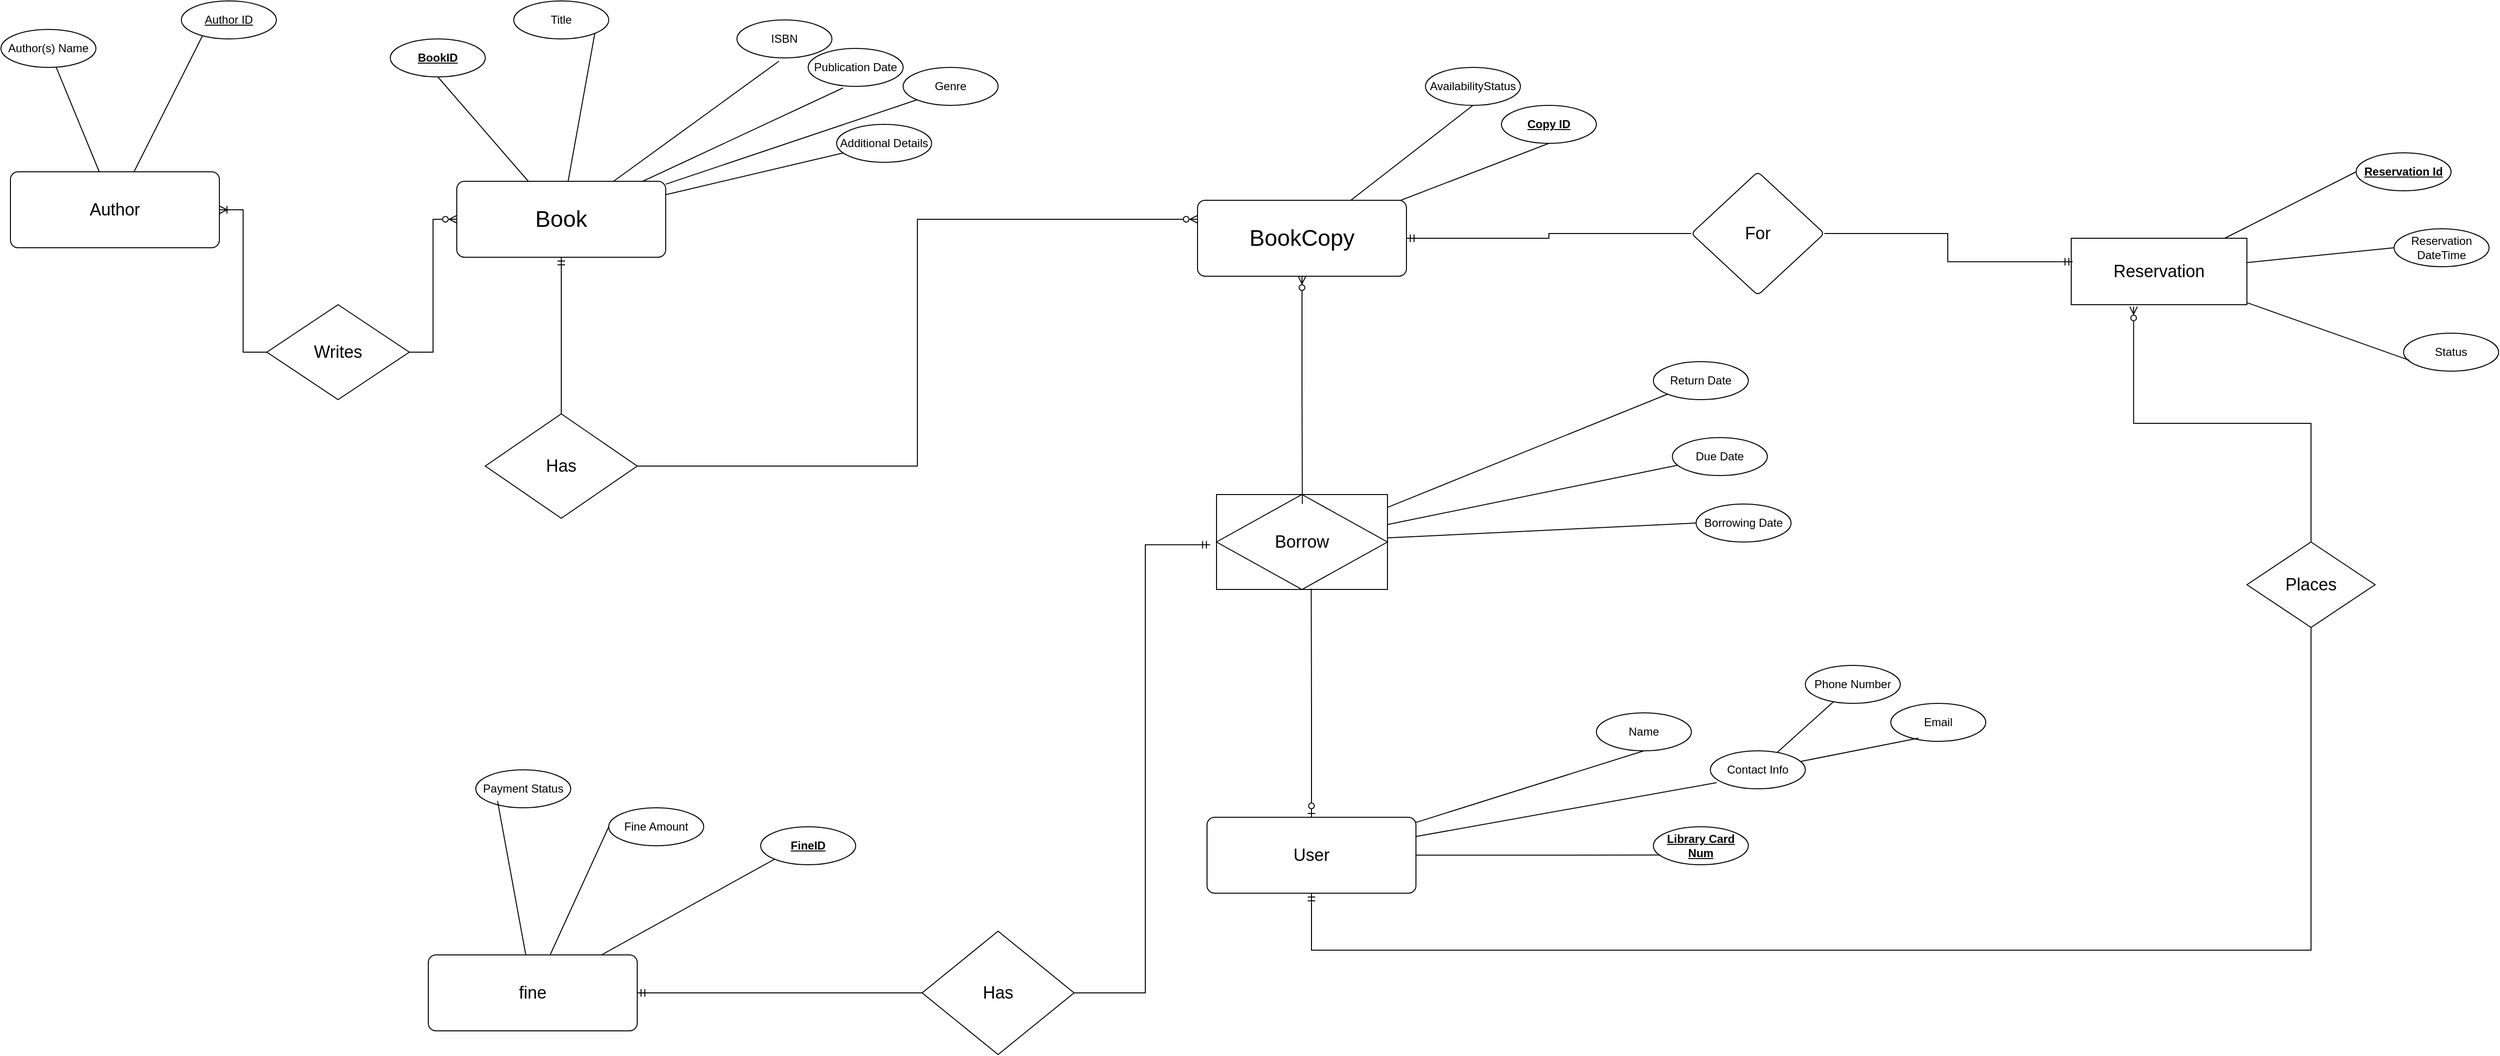
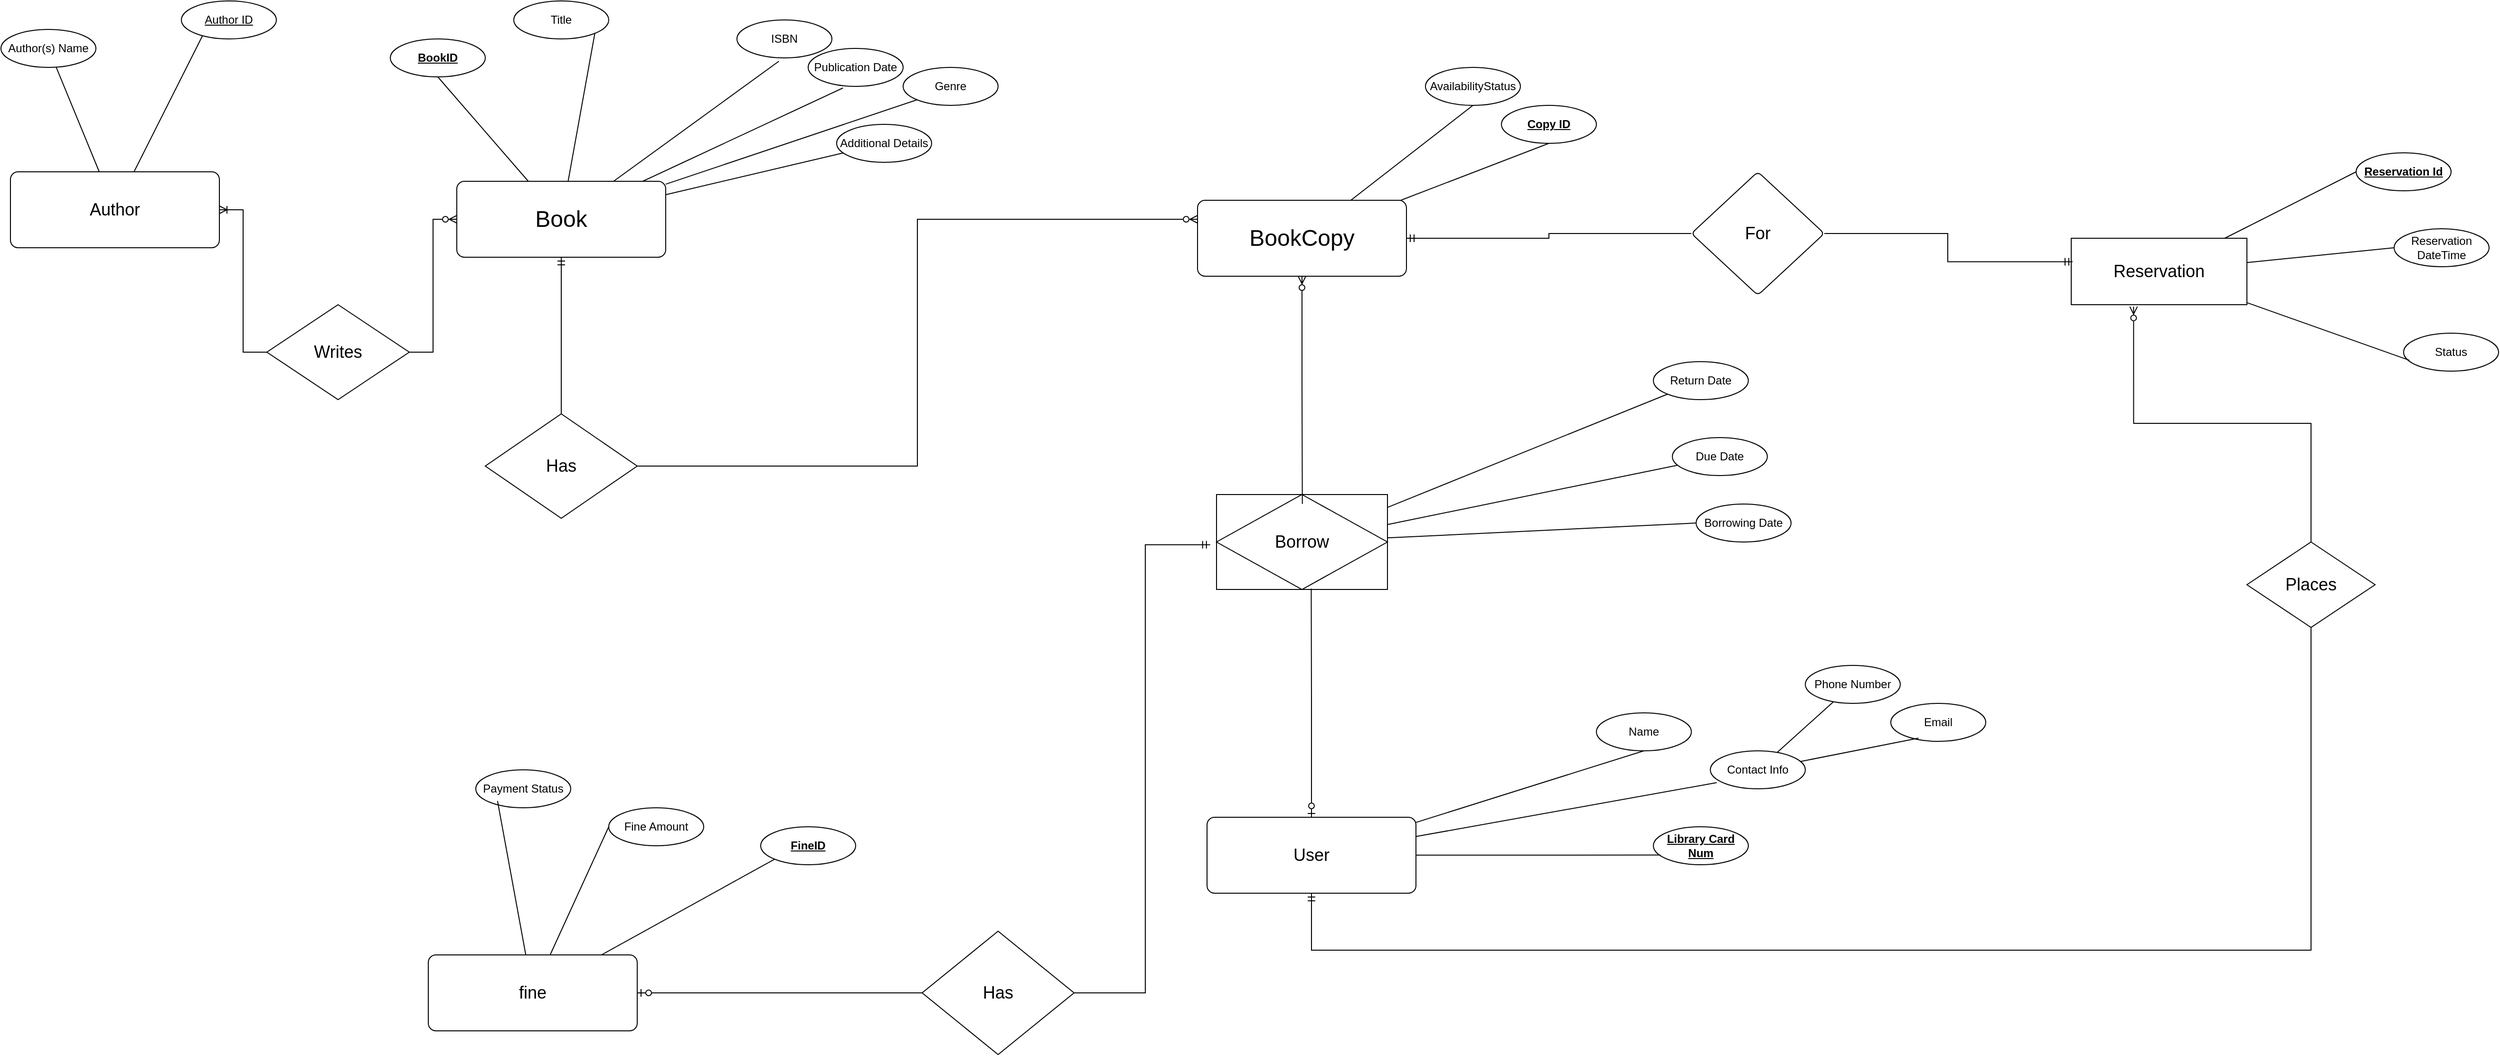
<mxfile host="app.diagrams.net">
  <diagram name="Page-1" id="B9Nwf9ZPLkXmfYra15Gt">
    <mxGraphModel dx="2298" dy="1789" grid="1" gridSize="10" guides="1" tooltips="1" connect="1" arrows="1" fold="1" page="1" pageScale="1" pageWidth="850" pageHeight="1100" math="0" shadow="0">
      <root>
        <mxCell id="0" />
        <mxCell id="1" parent="0" />
        <mxCell id="yqGJgnaFVJ7uCynHO3OM-8" edge="1" parent="1" source="yqGJgnaFVJ7uCynHO3OM-1" style="rounded=0;orthogonalLoop=1;jettySize=auto;html=1;entryX=0.5;entryY=1;entryDx=0;entryDy=0;endArrow=none;endFill=0;" target="yqGJgnaFVJ7uCynHO3OM-7">
          <mxGeometry relative="1" as="geometry" />
        </mxCell>
        <mxCell id="yqGJgnaFVJ7uCynHO3OM-9" edge="1" parent="1" source="yqGJgnaFVJ7uCynHO3OM-1" style="rounded=0;orthogonalLoop=1;jettySize=auto;html=1;entryX=1;entryY=1;entryDx=0;entryDy=0;endArrow=none;endFill=0;" target="yqGJgnaFVJ7uCynHO3OM-6">
          <mxGeometry relative="1" as="geometry" />
        </mxCell>
        <mxCell id="yqGJgnaFVJ7uCynHO3OM-14" edge="1" parent="1" source="yqGJgnaFVJ7uCynHO3OM-1" style="rounded=0;orthogonalLoop=1;jettySize=auto;html=1;entryX=0;entryY=1;entryDx=0;entryDy=0;endArrow=none;endFill=0;" target="yqGJgnaFVJ7uCynHO3OM-5">
          <mxGeometry relative="1" as="geometry" />
        </mxCell>
        <mxCell id="yqGJgnaFVJ7uCynHO3OM-16" edge="1" parent="1" source="yqGJgnaFVJ7uCynHO3OM-1" style="rounded=0;orthogonalLoop=1;jettySize=auto;html=1;endArrow=none;endFill=0;" target="yqGJgnaFVJ7uCynHO3OM-15">
          <mxGeometry relative="1" as="geometry" />
        </mxCell>
        <mxCell id="yqGJgnaFVJ7uCynHO3OM-65" edge="1" parent="1" source="yqGJgnaFVJ7uCynHO3OM-1" style="edgeStyle=orthogonalEdgeStyle;rounded=0;orthogonalLoop=1;jettySize=auto;html=1;startArrow=ERmandOne;startFill=0;endArrow=none;endFill=0;" target="yqGJgnaFVJ7uCynHO3OM-64">
          <mxGeometry relative="1" as="geometry" />
        </mxCell>
        <mxCell id="yqGJgnaFVJ7uCynHO3OM-1" parent="1" style="rounded=1;arcSize=10;whiteSpace=wrap;html=1;align=center;" value="&lt;font style=&quot;font-size: 24px;&quot;&gt;Book&lt;/font&gt;" vertex="1">
          <mxGeometry height="80" width="220" x="-30" y="110" as="geometry" />
        </mxCell>
        <mxCell id="yqGJgnaFVJ7uCynHO3OM-2" parent="1" style="ellipse;whiteSpace=wrap;html=1;align=center;" value="Author(s) Name" vertex="1">
          <mxGeometry height="40" width="100" x="-510" y="-50" as="geometry" />
        </mxCell>
        <mxCell id="yqGJgnaFVJ7uCynHO3OM-3" parent="1" style="ellipse;whiteSpace=wrap;html=1;align=center;" value="ISBN" vertex="1">
          <mxGeometry height="40" width="100" x="265" y="-60" as="geometry" />
        </mxCell>
        <mxCell id="yqGJgnaFVJ7uCynHO3OM-4" parent="1" style="ellipse;whiteSpace=wrap;html=1;align=center;" value="Publication Date" vertex="1">
          <mxGeometry height="40" width="100" x="340" y="-30" as="geometry" />
        </mxCell>
        <mxCell id="yqGJgnaFVJ7uCynHO3OM-5" parent="1" style="ellipse;whiteSpace=wrap;html=1;align=center;" value="Genre" vertex="1">
          <mxGeometry height="40" width="100" x="440" y="-10" as="geometry" />
        </mxCell>
        <mxCell id="yqGJgnaFVJ7uCynHO3OM-6" parent="1" style="ellipse;whiteSpace=wrap;html=1;align=center;" value="Title" vertex="1">
          <mxGeometry height="40" width="100" x="30" y="-80" as="geometry" />
        </mxCell>
        <mxCell id="yqGJgnaFVJ7uCynHO3OM-7" parent="1" style="ellipse;whiteSpace=wrap;html=1;align=center;" value="&lt;b&gt;&lt;u&gt;BookID&lt;/u&gt;&lt;/b&gt;" vertex="1">
          <mxGeometry height="40" width="100" x="-100" y="-40" as="geometry" />
        </mxCell>
        <mxCell id="yqGJgnaFVJ7uCynHO3OM-12" edge="1" parent="1" source="yqGJgnaFVJ7uCynHO3OM-1" style="rounded=0;orthogonalLoop=1;jettySize=auto;html=1;entryX=0.442;entryY=1.088;entryDx=0;entryDy=0;entryPerimeter=0;endArrow=none;endFill=0;" target="yqGJgnaFVJ7uCynHO3OM-3">
          <mxGeometry relative="1" as="geometry" />
        </mxCell>
        <mxCell id="yqGJgnaFVJ7uCynHO3OM-13" edge="1" parent="1" source="yqGJgnaFVJ7uCynHO3OM-1" style="rounded=0;orthogonalLoop=1;jettySize=auto;html=1;entryX=0.367;entryY=1.041;entryDx=0;entryDy=0;entryPerimeter=0;endArrow=none;endFill=0;" target="yqGJgnaFVJ7uCynHO3OM-4">
          <mxGeometry relative="1" as="geometry" />
        </mxCell>
        <mxCell id="yqGJgnaFVJ7uCynHO3OM-15" parent="1" style="ellipse;whiteSpace=wrap;html=1;align=center;" value="&lt;div&gt;Additional Details&lt;/div&gt;" vertex="1">
          <mxGeometry height="40" width="100" x="370" y="50" as="geometry" />
        </mxCell>
        <mxCell id="yqGJgnaFVJ7uCynHO3OM-19" edge="1" parent="1" source="yqGJgnaFVJ7uCynHO3OM-17" style="rounded=0;orthogonalLoop=1;jettySize=auto;html=1;entryX=0.5;entryY=1;entryDx=0;entryDy=0;endArrow=none;endFill=0;" target="yqGJgnaFVJ7uCynHO3OM-18">
          <mxGeometry relative="1" as="geometry" />
        </mxCell>
        <mxCell id="yqGJgnaFVJ7uCynHO3OM-21" edge="1" parent="1" source="yqGJgnaFVJ7uCynHO3OM-17" style="rounded=0;orthogonalLoop=1;jettySize=auto;html=1;entryX=0.5;entryY=1;entryDx=0;entryDy=0;endArrow=none;endFill=0;" target="yqGJgnaFVJ7uCynHO3OM-20">
          <mxGeometry relative="1" as="geometry" />
        </mxCell>
        <mxCell id="yqGJgnaFVJ7uCynHO3OM-77" edge="1" parent="1" source="yqGJgnaFVJ7uCynHO3OM-17" style="edgeStyle=orthogonalEdgeStyle;rounded=0;orthogonalLoop=1;jettySize=auto;html=1;endArrow=none;endFill=0;startArrow=ERmandOne;startFill=0;" target="yqGJgnaFVJ7uCynHO3OM-76" value="">
          <mxGeometry relative="1" as="geometry" />
        </mxCell>
        <mxCell id="yqGJgnaFVJ7uCynHO3OM-17" parent="1" style="rounded=1;arcSize=10;whiteSpace=wrap;html=1;align=center;" value="&lt;font style=&quot;font-size: 24px;&quot;&gt;BookCopy&lt;/font&gt;" vertex="1">
          <mxGeometry height="80" width="220" x="750" y="130" as="geometry" />
        </mxCell>
        <mxCell id="yqGJgnaFVJ7uCynHO3OM-18" parent="1" style="ellipse;whiteSpace=wrap;html=1;align=center;" value="&lt;u&gt;&lt;b&gt;Copy ID&lt;/b&gt;&lt;/u&gt;" vertex="1">
          <mxGeometry height="40" width="100" x="1070" y="30" as="geometry" />
        </mxCell>
        <mxCell id="yqGJgnaFVJ7uCynHO3OM-20" parent="1" style="ellipse;whiteSpace=wrap;html=1;align=center;" value="&lt;div&gt;AvailabilityStatus &lt;/div&gt;" vertex="1">
          <mxGeometry height="40" width="100" x="990" y="-10" as="geometry" />
        </mxCell>
        <mxCell id="yqGJgnaFVJ7uCynHO3OM-24" edge="1" parent="1" source="yqGJgnaFVJ7uCynHO3OM-22" style="rounded=0;orthogonalLoop=1;jettySize=auto;html=1;entryX=0.5;entryY=1;entryDx=0;entryDy=0;endArrow=none;endFill=0;" target="yqGJgnaFVJ7uCynHO3OM-23">
          <mxGeometry relative="1" as="geometry" />
        </mxCell>
        <mxCell id="yqGJgnaFVJ7uCynHO3OM-62" edge="1" parent="1" source="yqGJgnaFVJ7uCynHO3OM-33" style="edgeStyle=orthogonalEdgeStyle;rounded=0;orthogonalLoop=1;jettySize=auto;html=1;entryX=1;entryY=0.5;entryDx=0;entryDy=0;endArrow=none;endFill=0;startArrow=ERmandOne;startFill=0;exitX=-0.037;exitY=0.529;exitDx=0;exitDy=0;exitPerimeter=0;" target="yqGJgnaFVJ7uCynHO3OM-61">
          <mxGeometry relative="1" as="geometry" />
        </mxCell>
        <mxCell id="yqGJgnaFVJ7uCynHO3OM-90" edge="1" parent="1" source="yqGJgnaFVJ7uCynHO3OM-22" style="edgeStyle=orthogonalEdgeStyle;rounded=0;orthogonalLoop=1;jettySize=auto;html=1;entryX=0.5;entryY=1;entryDx=0;entryDy=0;endArrow=none;endFill=0;startArrow=ERmandOne;startFill=0;" target="yqGJgnaFVJ7uCynHO3OM-89">
          <mxGeometry relative="1" as="geometry">
            <Array as="points">
              <mxPoint x="870" y="920" />
              <mxPoint x="1922.55" y="920" />
            </Array>
          </mxGeometry>
        </mxCell>
        <mxCell id="yqGJgnaFVJ7uCynHO3OM-22" parent="1" style="rounded=1;arcSize=10;whiteSpace=wrap;html=1;align=center;" value="&lt;font style=&quot;font-size: 18px;&quot;&gt;User&lt;/font&gt;" vertex="1">
          <mxGeometry height="80" width="220" x="760" y="780" as="geometry" />
        </mxCell>
        <mxCell id="yqGJgnaFVJ7uCynHO3OM-23" parent="1" style="ellipse;whiteSpace=wrap;html=1;align=center;" value="Name" vertex="1">
          <mxGeometry height="40" width="100" x="1170" y="670" as="geometry" />
        </mxCell>
        <mxCell id="yqGJgnaFVJ7uCynHO3OM-44" edge="1" parent="1" source="yqGJgnaFVJ7uCynHO3OM-26" style="rounded=0;orthogonalLoop=1;jettySize=auto;html=1;endArrow=none;endFill=0;" target="yqGJgnaFVJ7uCynHO3OM-43" value="">
          <mxGeometry relative="1" as="geometry" />
        </mxCell>
        <mxCell id="yqGJgnaFVJ7uCynHO3OM-26" parent="1" style="ellipse;whiteSpace=wrap;html=1;align=center;" value="Contact Info" vertex="1">
          <mxGeometry height="40" width="100" x="1290" y="710" as="geometry" />
        </mxCell>
        <mxCell id="yqGJgnaFVJ7uCynHO3OM-29" edge="1" parent="1" source="yqGJgnaFVJ7uCynHO3OM-22" style="rounded=0;orthogonalLoop=1;jettySize=auto;html=1;entryX=0.067;entryY=0.838;entryDx=0;entryDy=0;entryPerimeter=0;endArrow=none;endFill=0;" target="yqGJgnaFVJ7uCynHO3OM-26">
          <mxGeometry relative="1" as="geometry" />
        </mxCell>
        <mxCell id="yqGJgnaFVJ7uCynHO3OM-30" parent="1" style="ellipse;whiteSpace=wrap;html=1;align=center;" value="&lt;u&gt;&lt;b&gt;Library Card Num&lt;/b&gt;&lt;/u&gt;" vertex="1">
          <mxGeometry height="40" width="100" x="1230" y="790" as="geometry" />
        </mxCell>
        <mxCell id="yqGJgnaFVJ7uCynHO3OM-31" edge="1" parent="1" source="yqGJgnaFVJ7uCynHO3OM-22" style="rounded=0;orthogonalLoop=1;jettySize=auto;html=1;entryX=0.073;entryY=0.744;entryDx=0;entryDy=0;entryPerimeter=0;endArrow=none;endFill=0;" target="yqGJgnaFVJ7uCynHO3OM-30">
          <mxGeometry relative="1" as="geometry" />
        </mxCell>
        <mxCell id="yqGJgnaFVJ7uCynHO3OM-48" edge="1" parent="1" source="yqGJgnaFVJ7uCynHO3OM-33" style="rounded=0;orthogonalLoop=1;jettySize=auto;html=1;endArrow=none;endFill=0;" target="yqGJgnaFVJ7uCynHO3OM-40">
          <mxGeometry relative="1" as="geometry" />
        </mxCell>
        <mxCell id="yqGJgnaFVJ7uCynHO3OM-49" edge="1" parent="1" source="yqGJgnaFVJ7uCynHO3OM-33" style="rounded=0;orthogonalLoop=1;jettySize=auto;html=1;endArrow=none;endFill=0;" target="yqGJgnaFVJ7uCynHO3OM-36">
          <mxGeometry relative="1" as="geometry" />
        </mxCell>
        <mxCell id="yqGJgnaFVJ7uCynHO3OM-33" parent="1" style="shape=associativeEntity;whiteSpace=wrap;html=1;align=center;" value="&lt;font style=&quot;font-size: 18px;&quot;&gt;Borrow&lt;/font&gt;" vertex="1">
          <mxGeometry height="100" width="180" x="770" y="440" as="geometry" />
        </mxCell>
        <mxCell id="yqGJgnaFVJ7uCynHO3OM-36" parent="1" style="ellipse;whiteSpace=wrap;html=1;align=center;" value="Return Date" vertex="1">
          <mxGeometry height="40" width="100" x="1230" y="300" as="geometry" />
        </mxCell>
        <mxCell id="yqGJgnaFVJ7uCynHO3OM-39" parent="1" style="ellipse;whiteSpace=wrap;html=1;align=center;" value="Borrowing Date" vertex="1">
          <mxGeometry height="40" width="100" x="1275" y="450" as="geometry" />
        </mxCell>
        <mxCell id="yqGJgnaFVJ7uCynHO3OM-40" parent="1" style="ellipse;whiteSpace=wrap;html=1;align=center;" value="Due Date" vertex="1">
          <mxGeometry height="40" width="100" x="1250" y="380" as="geometry" />
        </mxCell>
        <mxCell id="yqGJgnaFVJ7uCynHO3OM-43" parent="1" style="ellipse;whiteSpace=wrap;html=1;align=center;" value="Phone Number" vertex="1">
          <mxGeometry height="40" width="100" x="1390" y="620" as="geometry" />
        </mxCell>
        <mxCell id="yqGJgnaFVJ7uCynHO3OM-45" parent="1" style="ellipse;whiteSpace=wrap;html=1;align=center;" value="Email" vertex="1">
          <mxGeometry height="40" width="100" x="1480" y="660" as="geometry" />
        </mxCell>
        <mxCell id="yqGJgnaFVJ7uCynHO3OM-46" edge="1" parent="1" source="yqGJgnaFVJ7uCynHO3OM-26" style="rounded=0;orthogonalLoop=1;jettySize=auto;html=1;entryX=0.292;entryY=0.916;entryDx=0;entryDy=0;entryPerimeter=0;endArrow=none;endFill=0;" target="yqGJgnaFVJ7uCynHO3OM-45">
          <mxGeometry relative="1" as="geometry" />
        </mxCell>
        <mxCell id="yqGJgnaFVJ7uCynHO3OM-47" edge="1" parent="1" source="yqGJgnaFVJ7uCynHO3OM-33" style="rounded=0;orthogonalLoop=1;jettySize=auto;html=1;entryX=0;entryY=0.5;entryDx=0;entryDy=0;endArrow=none;endFill=0;" target="yqGJgnaFVJ7uCynHO3OM-39">
          <mxGeometry relative="1" as="geometry" />
        </mxCell>
        <mxCell id="yqGJgnaFVJ7uCynHO3OM-54" edge="1" parent="1" source="yqGJgnaFVJ7uCynHO3OM-50" style="rounded=0;orthogonalLoop=1;jettySize=auto;html=1;entryX=0;entryY=0.5;entryDx=0;entryDy=0;endArrow=none;endFill=0;" target="yqGJgnaFVJ7uCynHO3OM-53">
          <mxGeometry relative="1" as="geometry" />
        </mxCell>
        <mxCell id="yqGJgnaFVJ7uCynHO3OM-87" edge="1" parent="1" source="yqGJgnaFVJ7uCynHO3OM-50" style="rounded=0;orthogonalLoop=1;jettySize=auto;html=1;entryX=0;entryY=1;entryDx=0;entryDy=0;endArrow=none;endFill=0;" target="yqGJgnaFVJ7uCynHO3OM-86">
          <mxGeometry relative="1" as="geometry" />
        </mxCell>
        <mxCell id="yqGJgnaFVJ7uCynHO3OM-50" parent="1" style="rounded=1;arcSize=10;whiteSpace=wrap;html=1;align=center;" value="&lt;font style=&quot;font-size: 18px;&quot;&gt;fine&lt;/font&gt;" vertex="1">
          <mxGeometry height="80" width="220" x="-60" y="925" as="geometry" />
        </mxCell>
        <mxCell id="yqGJgnaFVJ7uCynHO3OM-51" parent="1" style="ellipse;whiteSpace=wrap;html=1;align=center;" value="Payment Status" vertex="1">
          <mxGeometry height="40" width="100" x="-10" y="730" as="geometry" />
        </mxCell>
        <mxCell id="yqGJgnaFVJ7uCynHO3OM-52" edge="1" parent="1" source="yqGJgnaFVJ7uCynHO3OM-50" style="rounded=0;orthogonalLoop=1;jettySize=auto;html=1;entryX=0.229;entryY=0.822;entryDx=0;entryDy=0;entryPerimeter=0;endArrow=none;endFill=0;" target="yqGJgnaFVJ7uCynHO3OM-51">
          <mxGeometry relative="1" as="geometry" />
        </mxCell>
        <mxCell id="yqGJgnaFVJ7uCynHO3OM-53" parent="1" style="ellipse;whiteSpace=wrap;html=1;align=center;" value="Fine Amount" vertex="1">
          <mxGeometry height="40" width="100" x="130" y="770" as="geometry" />
        </mxCell>
        <mxCell id="yqGJgnaFVJ7uCynHO3OM-57" edge="1" parent="1" source="yqGJgnaFVJ7uCynHO3OM-22" style="edgeStyle=orthogonalEdgeStyle;rounded=0;orthogonalLoop=1;jettySize=auto;html=1;entryX=0.554;entryY=0.991;entryDx=0;entryDy=0;entryPerimeter=0;endArrow=none;endFill=0;startArrow=ERzeroToOne;startFill=0;" target="yqGJgnaFVJ7uCynHO3OM-33">
          <mxGeometry relative="1" as="geometry" />
        </mxCell>
        <mxCell id="yqGJgnaFVJ7uCynHO3OM-59" edge="1" parent="1" source="yqGJgnaFVJ7uCynHO3OM-17" style="edgeStyle=orthogonalEdgeStyle;rounded=0;orthogonalLoop=1;jettySize=auto;html=1;entryX=0.502;entryY=0.099;entryDx=0;entryDy=0;entryPerimeter=0;endArrow=none;endFill=0;startArrow=ERzeroToMany;startFill=0;" target="yqGJgnaFVJ7uCynHO3OM-33">
          <mxGeometry relative="1" as="geometry" />
        </mxCell>
-         <mxCell id="yqGJgnaFVJ7uCynHO3OM-63" edge="1" parent="1" source="yqGJgnaFVJ7uCynHO3OM-61" style="edgeStyle=orthogonalEdgeStyle;rounded=0;orthogonalLoop=1;jettySize=auto;html=1;entryX=1;entryY=0.5;entryDx=0;entryDy=0;endArrow=ERmandOne;endFill=0;startArrow=none;startFill=0;" target="yqGJgnaFVJ7uCynHO3OM-50">
+         <mxCell id="yqGJgnaFVJ7uCynHO3OM-63" edge="1" parent="1" source="yqGJgnaFVJ7uCynHO3OM-61" style="edgeStyle=orthogonalEdgeStyle;rounded=0;orthogonalLoop=1;jettySize=auto;html=1;entryX=1;entryY=0.5;entryDx=0;entryDy=0;endArrow=ERzeroToOne;endFill=0;startArrow=none;startFill=0;" target="yqGJgnaFVJ7uCynHO3OM-50">
          <mxGeometry relative="1" as="geometry" />
        </mxCell>
        <mxCell id="yqGJgnaFVJ7uCynHO3OM-61" parent="1" style="shape=rhombus;perimeter=rhombusPerimeter;whiteSpace=wrap;html=1;align=center;" value="&lt;font style=&quot;font-size: 18px;&quot;&gt;Has&lt;/font&gt;" vertex="1">
          <mxGeometry height="130" width="160" x="460" y="900" as="geometry" />
        </mxCell>
        <mxCell id="yqGJgnaFVJ7uCynHO3OM-66" edge="1" parent="1" source="yqGJgnaFVJ7uCynHO3OM-64" style="edgeStyle=orthogonalEdgeStyle;rounded=0;orthogonalLoop=1;jettySize=auto;html=1;entryX=0;entryY=0.25;entryDx=0;entryDy=0;endArrow=ERzeroToMany;endFill=0;" target="yqGJgnaFVJ7uCynHO3OM-17">
          <mxGeometry relative="1" as="geometry" />
        </mxCell>
        <mxCell id="yqGJgnaFVJ7uCynHO3OM-64" parent="1" style="shape=rhombus;perimeter=rhombusPerimeter;whiteSpace=wrap;html=1;align=center;" value="&lt;font style=&quot;font-size: 18px;&quot;&gt;Has&lt;/font&gt;" vertex="1">
          <mxGeometry height="110" width="160" y="355" as="geometry" />
        </mxCell>
        <mxCell id="yqGJgnaFVJ7uCynHO3OM-70" edge="1" parent="1" source="yqGJgnaFVJ7uCynHO3OM-68" style="rounded=0;orthogonalLoop=1;jettySize=auto;html=1;entryX=0;entryY=0.5;entryDx=0;entryDy=0;endArrow=none;endFill=0;" target="yqGJgnaFVJ7uCynHO3OM-69">
          <mxGeometry relative="1" as="geometry" />
        </mxCell>
        <mxCell id="yqGJgnaFVJ7uCynHO3OM-68" parent="1" style="whiteSpace=wrap;html=1;" value="&lt;font style=&quot;font-size: 18px;&quot;&gt;Reservation&lt;/font&gt;" vertex="1">
          <mxGeometry height="70" width="185" x="1670" y="170" as="geometry" />
        </mxCell>
        <mxCell id="yqGJgnaFVJ7uCynHO3OM-69" parent="1" style="ellipse;whiteSpace=wrap;html=1;align=center;" value="&lt;b&gt;&lt;u&gt;Reservation Id&lt;/u&gt;&lt;/b&gt;" vertex="1">
          <mxGeometry height="40" width="100" x="1970" y="80" as="geometry" />
        </mxCell>
        <mxCell id="yqGJgnaFVJ7uCynHO3OM-71" parent="1" style="ellipse;whiteSpace=wrap;html=1;align=center;" value="Reservation DateTime" vertex="1">
          <mxGeometry height="40" width="100" x="2010" y="160" as="geometry" />
        </mxCell>
        <mxCell id="yqGJgnaFVJ7uCynHO3OM-72" edge="1" parent="1" source="yqGJgnaFVJ7uCynHO3OM-68" style="rounded=0;orthogonalLoop=1;jettySize=auto;html=1;entryX=0;entryY=0.5;entryDx=0;entryDy=0;endArrow=none;endFill=0;" target="yqGJgnaFVJ7uCynHO3OM-71">
          <mxGeometry relative="1" as="geometry" />
        </mxCell>
        <mxCell id="yqGJgnaFVJ7uCynHO3OM-74" parent="1" style="ellipse;whiteSpace=wrap;html=1;align=center;" value="Status" vertex="1">
          <mxGeometry height="40" width="100" x="2020" y="270" as="geometry" />
        </mxCell>
        <mxCell id="yqGJgnaFVJ7uCynHO3OM-75" edge="1" parent="1" source="yqGJgnaFVJ7uCynHO3OM-68" style="rounded=0;orthogonalLoop=1;jettySize=auto;html=1;entryX=0.061;entryY=0.714;entryDx=0;entryDy=0;entryPerimeter=0;endArrow=none;endFill=0;" target="yqGJgnaFVJ7uCynHO3OM-74">
          <mxGeometry relative="1" as="geometry" />
        </mxCell>
        <mxCell id="yqGJgnaFVJ7uCynHO3OM-76" parent="1" style="rhombus;whiteSpace=wrap;html=1;rounded=1;arcSize=10;" value="&lt;font style=&quot;font-size: 18px;&quot;&gt;For&lt;/font&gt;" vertex="1">
          <mxGeometry height="130" width="140" x="1270" y="100" as="geometry" />
        </mxCell>
        <mxCell id="yqGJgnaFVJ7uCynHO3OM-78" edge="1" parent="1" source="yqGJgnaFVJ7uCynHO3OM-76" style="edgeStyle=orthogonalEdgeStyle;rounded=0;orthogonalLoop=1;jettySize=auto;html=1;entryX=0.008;entryY=0.353;entryDx=0;entryDy=0;entryPerimeter=0;endArrow=ERmandOne;endFill=0;" target="yqGJgnaFVJ7uCynHO3OM-68">
          <mxGeometry relative="1" as="geometry" />
        </mxCell>
        <mxCell id="yqGJgnaFVJ7uCynHO3OM-80" edge="1" parent="1" source="yqGJgnaFVJ7uCynHO3OM-79" style="rounded=0;orthogonalLoop=1;jettySize=auto;html=1;endArrow=none;endFill=0;" target="yqGJgnaFVJ7uCynHO3OM-2">
          <mxGeometry relative="1" as="geometry" />
        </mxCell>
        <mxCell id="yqGJgnaFVJ7uCynHO3OM-84" edge="1" parent="1" source="yqGJgnaFVJ7uCynHO3OM-79" style="edgeStyle=orthogonalEdgeStyle;rounded=0;orthogonalLoop=1;jettySize=auto;html=1;entryX=0;entryY=0.5;entryDx=0;entryDy=0;endArrow=none;endFill=0;startArrow=ERoneToMany;startFill=0;" target="yqGJgnaFVJ7uCynHO3OM-83">
          <mxGeometry relative="1" as="geometry" />
        </mxCell>
        <mxCell id="yqGJgnaFVJ7uCynHO3OM-79" parent="1" style="rounded=1;arcSize=10;whiteSpace=wrap;html=1;align=center;" value="&lt;font style=&quot;font-size: 18px;&quot;&gt;Author&lt;/font&gt;" vertex="1">
          <mxGeometry height="80" width="220" x="-500" y="100" as="geometry" />
        </mxCell>
        <mxCell id="yqGJgnaFVJ7uCynHO3OM-81" parent="1" style="ellipse;whiteSpace=wrap;html=1;align=center;" value="&lt;u&gt;Author ID&lt;/u&gt;" vertex="1">
          <mxGeometry height="40" width="100" x="-320" y="-80" as="geometry" />
        </mxCell>
        <mxCell id="yqGJgnaFVJ7uCynHO3OM-82" edge="1" parent="1" source="yqGJgnaFVJ7uCynHO3OM-79" style="rounded=0;orthogonalLoop=1;jettySize=auto;html=1;entryX=0.222;entryY=0.918;entryDx=0;entryDy=0;entryPerimeter=0;endArrow=none;endFill=0;" target="yqGJgnaFVJ7uCynHO3OM-81">
          <mxGeometry relative="1" as="geometry" />
        </mxCell>
        <mxCell id="yqGJgnaFVJ7uCynHO3OM-85" edge="1" parent="1" source="yqGJgnaFVJ7uCynHO3OM-83" style="edgeStyle=orthogonalEdgeStyle;rounded=0;orthogonalLoop=1;jettySize=auto;html=1;entryX=0;entryY=0.5;entryDx=0;entryDy=0;endArrow=ERzeroToMany;endFill=0;" target="yqGJgnaFVJ7uCynHO3OM-1">
          <mxGeometry relative="1" as="geometry" />
        </mxCell>
        <mxCell id="yqGJgnaFVJ7uCynHO3OM-83" parent="1" style="shape=rhombus;perimeter=rhombusPerimeter;whiteSpace=wrap;html=1;align=center;" value="&lt;font style=&quot;font-size: 18px;&quot;&gt;Writes&lt;/font&gt;" vertex="1">
          <mxGeometry height="100" width="150" x="-230" y="240" as="geometry" />
        </mxCell>
        <mxCell id="yqGJgnaFVJ7uCynHO3OM-86" parent="1" style="ellipse;whiteSpace=wrap;html=1;align=center;" value="&lt;b&gt;&lt;u&gt;FineID&lt;/u&gt;&lt;/b&gt;" vertex="1">
          <mxGeometry height="40" width="100" x="290" y="790" as="geometry" />
        </mxCell>
        <mxCell id="yqGJgnaFVJ7uCynHO3OM-89" parent="1" style="shape=rhombus;perimeter=rhombusPerimeter;whiteSpace=wrap;html=1;align=center;" value="&lt;font style=&quot;font-size: 18px;&quot;&gt;Places&lt;/font&gt;" vertex="1">
          <mxGeometry height="90" width="135" x="1855" y="490" as="geometry" />
        </mxCell>
        <mxCell id="yqGJgnaFVJ7uCynHO3OM-91" edge="1" parent="1" source="yqGJgnaFVJ7uCynHO3OM-89" style="edgeStyle=orthogonalEdgeStyle;rounded=0;orthogonalLoop=1;jettySize=auto;html=1;entryX=0.355;entryY=1.028;entryDx=0;entryDy=0;entryPerimeter=0;endArrow=ERzeroToMany;endFill=0;startArrow=none;startFill=0;" target="yqGJgnaFVJ7uCynHO3OM-68">
          <mxGeometry relative="1" as="geometry" />
        </mxCell>
      </root>
    </mxGraphModel>
  </diagram>
</mxfile>
